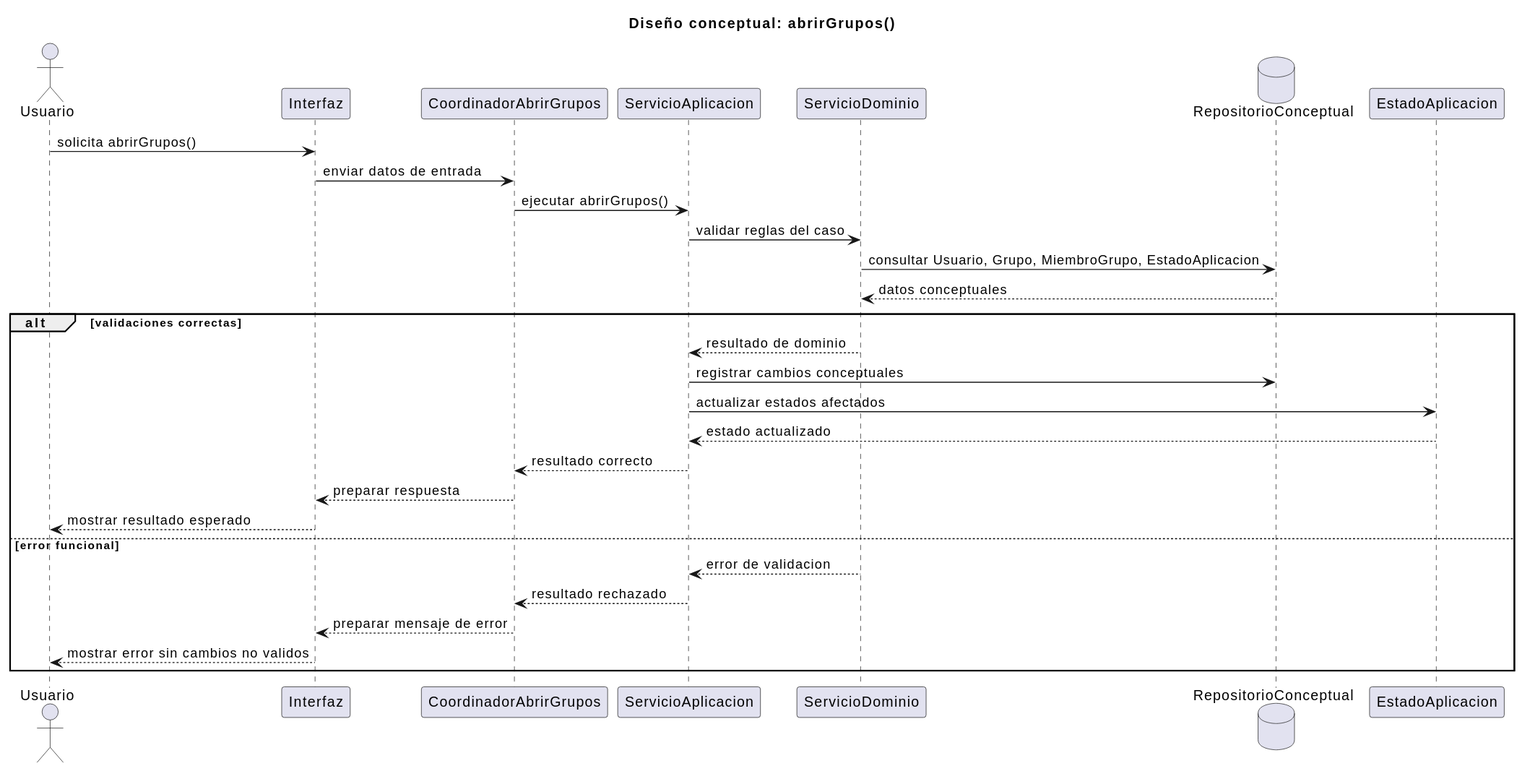
This is documents/RUP/02-diseño/casos-uso/gestion-grupos/abrirGrupos/secuencia.svg from inigovaqueroo04/25-26-idsw2-sdVC, a PlantUML export, as it was before one commit. The source it was exported from:
```plantuml
@startuml
title Diseño conceptual: abrirGrupos()

actor "Usuario" as Usuario
participant "Interfaz" as Interfaz
participant "CoordinadorAbrirGrupos" as Coordinador
participant "ServicioAplicacion" as ServicioAplicacion
participant "ServicioDominio" as ServicioDominio
database "RepositorioConceptual" as Repositorio
participant "EstadoAplicacion" as EstadoAplicacion

Usuario -> Interfaz : solicita abrirGrupos()
Interfaz -> Coordinador : enviar datos de entrada
Coordinador -> ServicioAplicacion : ejecutar abrirGrupos()
ServicioAplicacion -> ServicioDominio : validar reglas del caso
ServicioDominio -> Repositorio : consultar Usuario, Grupo, MiembroGrupo, EstadoAplicacion
Repositorio --> ServicioDominio : datos conceptuales

alt validaciones correctas
  ServicioDominio --> ServicioAplicacion : resultado de dominio
  ServicioAplicacion -> Repositorio : registrar cambios conceptuales
  ServicioAplicacion -> EstadoAplicacion : actualizar estados afectados
  EstadoAplicacion --> ServicioAplicacion : estado actualizado
  ServicioAplicacion --> Coordinador : resultado correcto
  Coordinador --> Interfaz : preparar respuesta
  Interfaz --> Usuario : mostrar resultado esperado
else error funcional
  ServicioDominio --> ServicioAplicacion : error de validacion
  ServicioAplicacion --> Coordinador : resultado rechazado
  Coordinador --> Interfaz : preparar mensaje de error
  Interfaz --> Usuario : mostrar error sin cambios no validos
end
@enduml
```
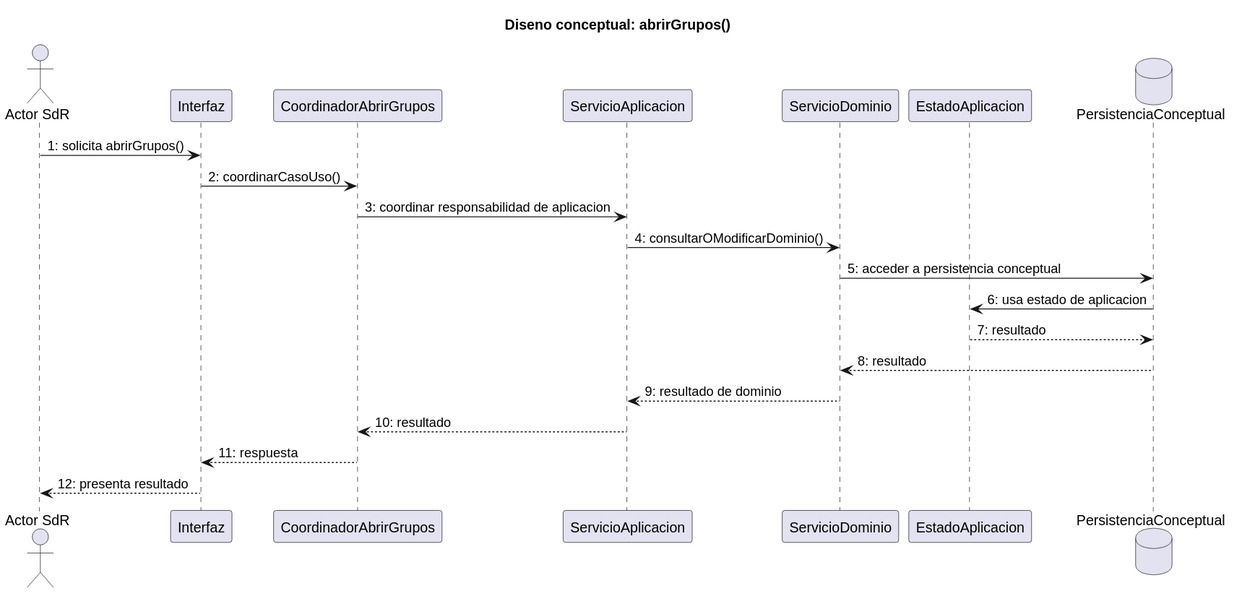
After the commit.

Commit message:
docs: ajustar diseno de abrir grupos

The edit, as a diff of the source:
```diff
@@ -1,33 +1,24 @@
 @startuml
-title Diseño conceptual: abrirGrupos()
+title Diseno conceptual: abrirGrupos()
 
-actor "Usuario" as Usuario
+actor "Actor SdR" as Actor
 participant "Interfaz" as Interfaz
 participant "CoordinadorAbrirGrupos" as Coordinador
 participant "ServicioAplicacion" as ServicioAplicacion
 participant "ServicioDominio" as ServicioDominio
-database "RepositorioConceptual" as Repositorio
 participant "EstadoAplicacion" as EstadoAplicacion
+database "PersistenciaConceptual" as Persistencia
 
-Usuario -> Interfaz : solicita abrirGrupos()
-Interfaz -> Coordinador : enviar datos de entrada
-Coordinador -> ServicioAplicacion : ejecutar abrirGrupos()
-ServicioAplicacion -> ServicioDominio : validar reglas del caso
-ServicioDominio -> Repositorio : consultar Usuario, Grupo, MiembroGrupo, EstadoAplicacion
-Repositorio --> ServicioDominio : datos conceptuales
-
-alt validaciones correctas
-  ServicioDominio --> ServicioAplicacion : resultado de dominio
-  ServicioAplicacion -> Repositorio : registrar cambios conceptuales
-  ServicioAplicacion -> EstadoAplicacion : actualizar estados afectados
-  EstadoAplicacion --> ServicioAplicacion : estado actualizado
-  ServicioAplicacion --> Coordinador : resultado correcto
-  Coordinador --> Interfaz : preparar respuesta
-  Interfaz --> Usuario : mostrar resultado esperado
-else error funcional
-  ServicioDominio --> ServicioAplicacion : error de validacion
-  ServicioAplicacion --> Coordinador : resultado rechazado
-  Coordinador --> Interfaz : preparar mensaje de error
-  Interfaz --> Usuario : mostrar error sin cambios no validos
-end
+Actor -> Interfaz : 1: solicita abrirGrupos()
+Interfaz -> Coordinador : 2: coordinarCasoUso()
+Coordinador -> ServicioAplicacion : 3: coordinar responsabilidad de aplicacion
+ServicioAplicacion -> ServicioDominio : 4: consultarOModificarDominio()
+ServicioDominio -> Persistencia : 5: acceder a persistencia conceptual
+Persistencia -> EstadoAplicacion : 6: usa estado de aplicacion
+EstadoAplicacion --> Persistencia : 7: resultado
+Persistencia --> ServicioDominio : 8: resultado
+ServicioDominio --> ServicioAplicacion : 9: resultado de dominio
+ServicioAplicacion --> Coordinador : 10: resultado
+Coordinador --> Interfaz : 11: respuesta
+Interfaz --> Actor : 12: presenta resultado
 @enduml
```
